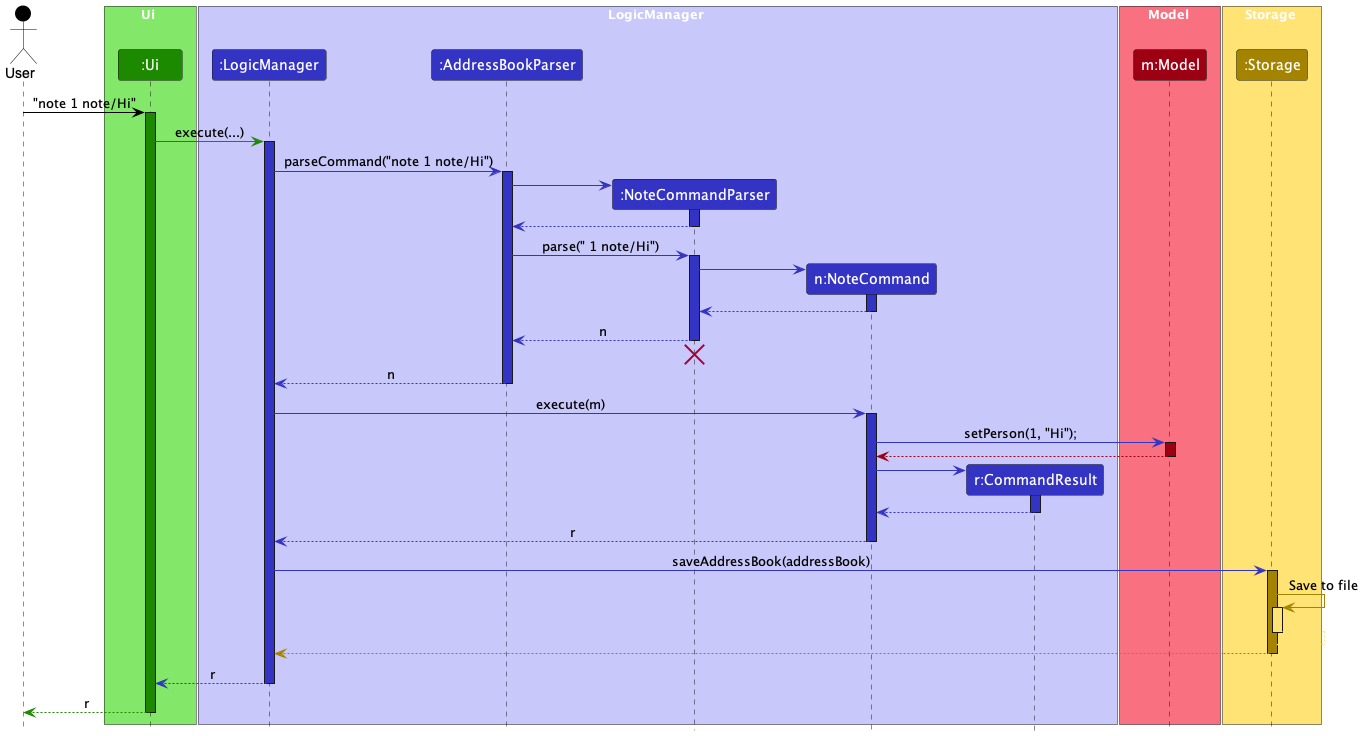
nus-cs2103-AY2324S2/tp keeps this PlantUML diagram as docs/images/AddNoteSequenceDiagram.png. Above is the earlier version.
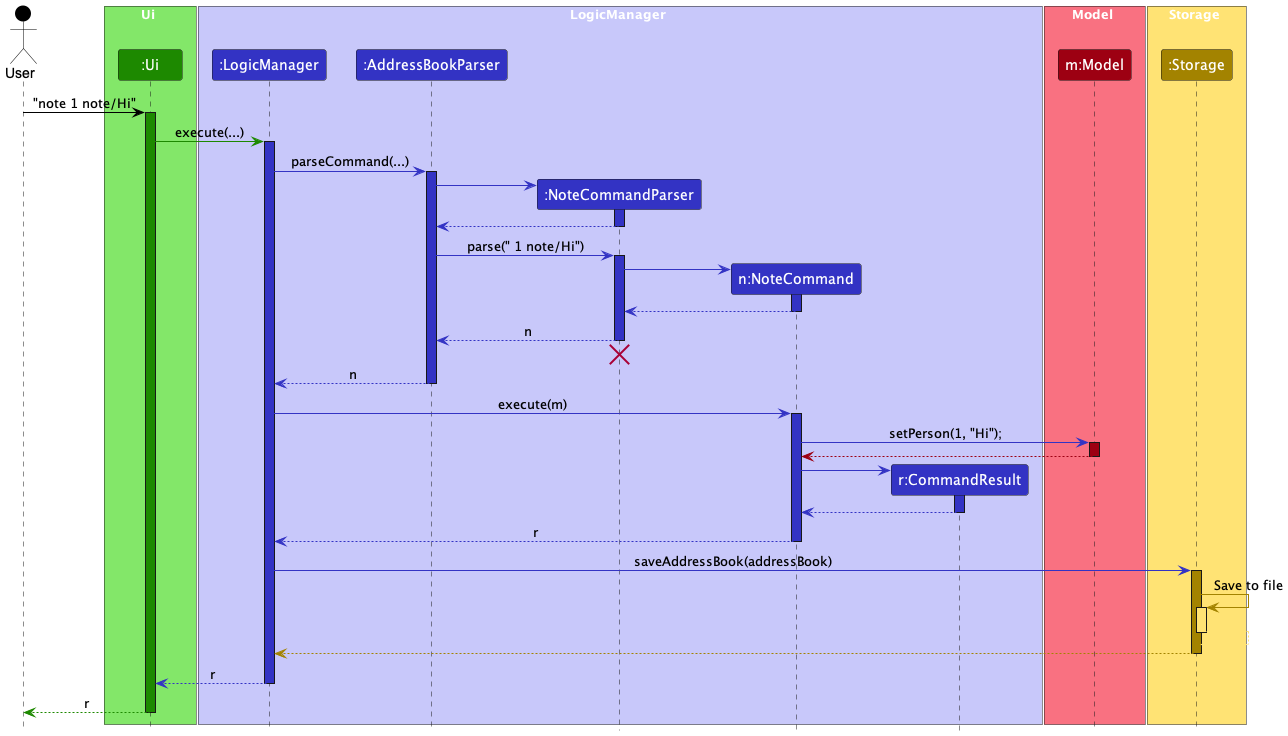
The same diagram one commit later.

Commit message:
Update add note sequence diagram

The edit, as a diff of the source:
```diff
@@ -26,7 +26,7 @@
 Ui -[UI_COLOR]> LogicManager : execute(...)
 activate LogicManager LOGIC_COLOR
 
-LogicManager -[LOGIC_COLOR]> AddressBookParser : parseCommand("note 1 note/Hi")
+LogicManager -[LOGIC_COLOR]> AddressBookParser : parseCommand(...)
 activate AddressBookParser LOGIC_COLOR
 
 create NoteCommandParser
```
